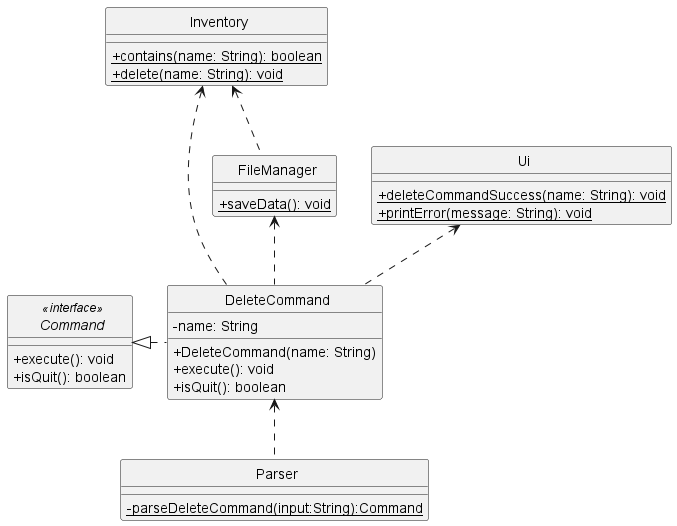
Before: docs/uml-diagrams/DeleteCommandClass.png, a diagram exported from PlantUML (rismm/tp).
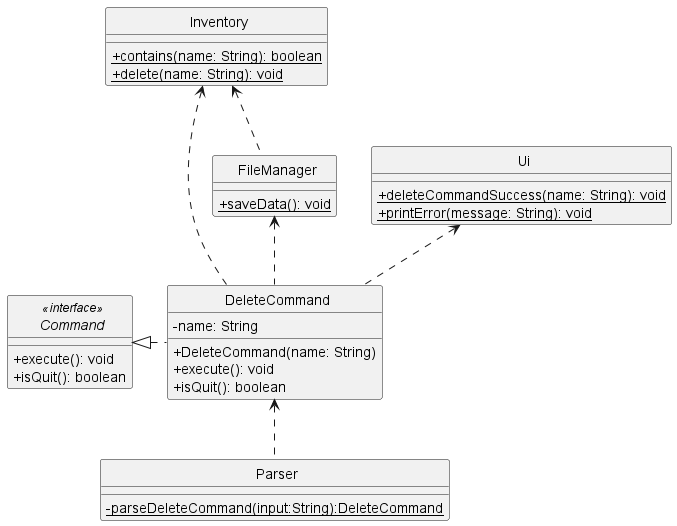
The same diagram one commit later.

Diff of the diagram source:
```diff
@@ -44,6 +44,6 @@
 }
 
 class Parser {
-    {static}-parseDeleteCommand(input:String):Command
+    {static}-parseDeleteCommand(input:String):DeleteCommand
 }
 @enduml
```
